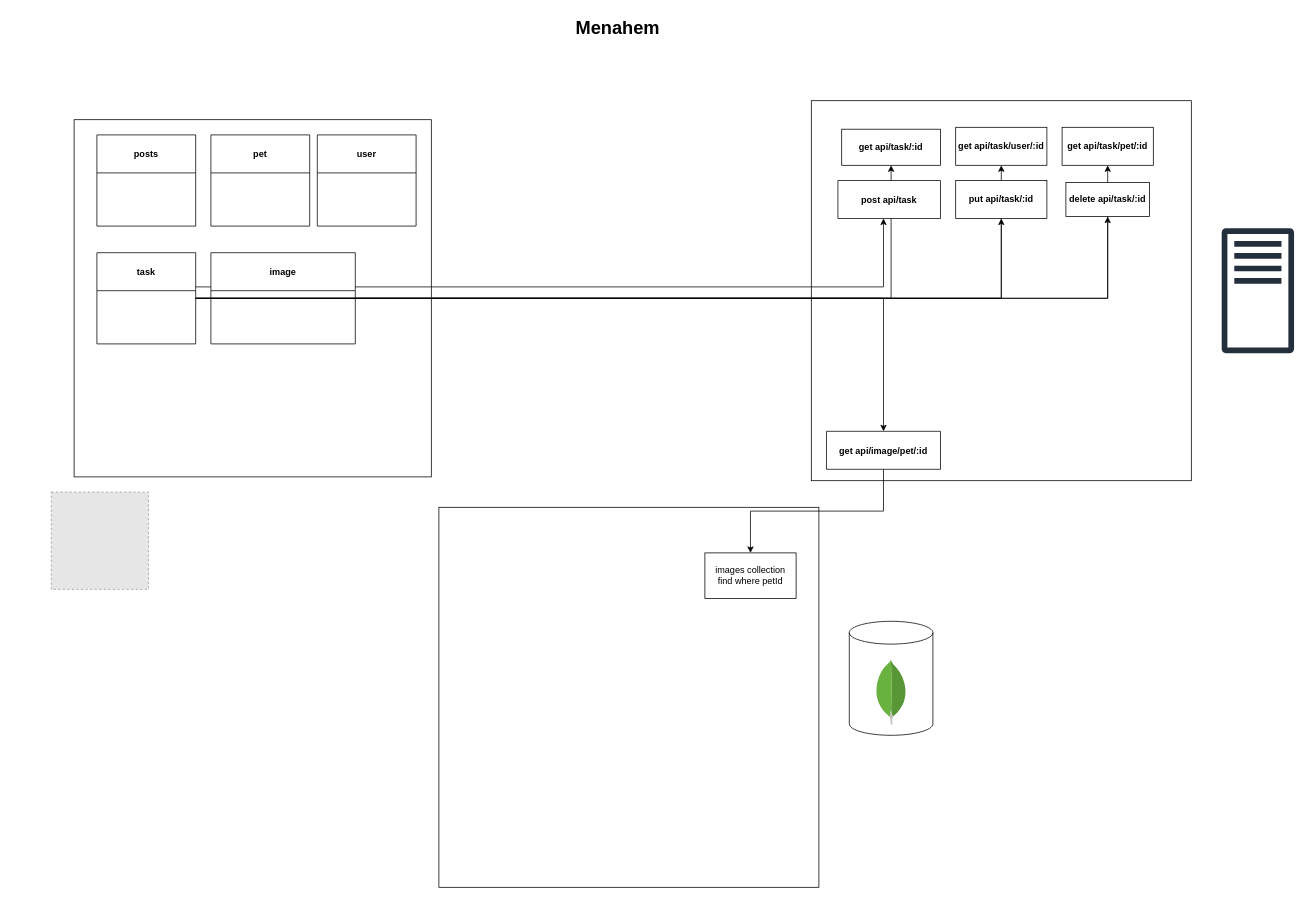
This is Architacture/Untitled Diagram.drawio from RotemZohar/menahem, a draw.io file, before an edit. Source tidied: cells renumbered, new cells numbered last; positions are measured from the earlier drawing's top-left corner, leaving out a move shared by most shapes. Both pictures are drawn from the tidied source at 76%, with x=0, y=0 at pixel (13, 13). Pictures stored in the file or linked from it are replaced by grey dashed boxes.
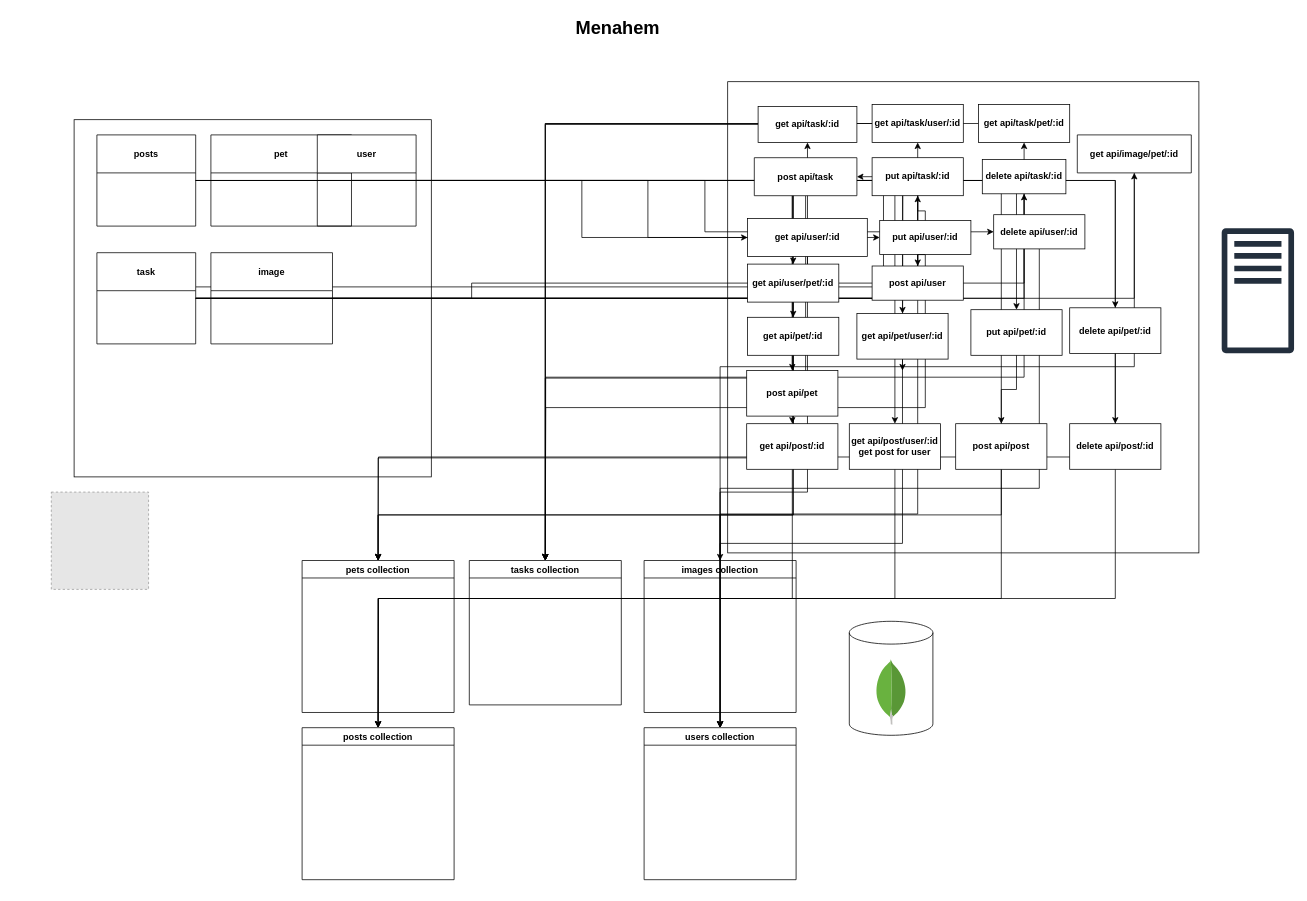
The same diagram, later.

Unchanged cells that the change refers to:
```xml
<mxCell id="11" value="posts" style="swimlane;startSize=50;fontSize=12;" parent="1" vertex="1">
  <mxGeometry x="110" y="160" width="130" height="120" as="geometry" />
</mxCell>
<mxCell id="13" value="user" style="swimlane;startSize=50;fontSize=12;" parent="1" vertex="1">
  <mxGeometry x="400" y="160" width="130" height="120" as="geometry" />
</mxCell>
<mxCell id="20" value="task" style="swimlane;startSize=50;fontSize=12;" parent="1" vertex="1">
  <mxGeometry x="110" y="315" width="130" height="120" as="geometry" />
</mxCell>
```

The edit, as a diff of the source:
```diff
@@
     <mxCell id="3" style="whiteSpace=wrap;html=1;" parent="1" vertex="1">
-      <mxGeometry x="1050" y="115" width="500" height="500" as="geometry" />
+      <mxGeometry x="940" y="90" width="620" height="620" as="geometry" />
     </mxCell>
-    <mxCell id="4" style="whiteSpace=wrap;html=1;" parent="1" vertex="1">
-      <mxGeometry x="560" y="650" width="500" height="500" as="geometry" />
-    </mxCell>
@@
+    <mxCell id="32" style="edgeStyle=orthogonalEdgeStyle;rounded=0;jettySize=auto;html=1;fontSize=12;" parent="1" edge="1" source="11" target="82">
+      <mxGeometry relative="1" as="geometry" />
+    </mxCell>
+    <mxCell id="33" style="edgeStyle=orthogonalEdgeStyle;rounded=0;jettySize=auto;html=1;fontSize=12;" parent="1" edge="1" source="11" target="84">
+      <mxGeometry relative="1" as="geometry" />
+    </mxCell>
+    <mxCell id="34" style="edgeStyle=orthogonalEdgeStyle;rounded=0;jettySize=auto;html=1;fontSize=12;" parent="1" edge="1" source="11" target="86">
+      <mxGeometry relative="1" as="geometry" />
+    </mxCell>
+    <mxCell id="35" style="edgeStyle=orthogonalEdgeStyle;rounded=0;jettySize=auto;html=1;fontSize=12;" parent="1" edge="1" source="11" target="89">
+      <mxGeometry relative="1" as="geometry" />
+    </mxCell>
@@
+    <mxCell id="36" style="edgeStyle=orthogonalEdgeStyle;rounded=0;jettySize=auto;html=1;fontSize=12;" parent="1" edge="1" source="12" target="71">
+      <mxGeometry relative="1" as="geometry" />
+    </mxCell>
+    <mxCell id="37" style="edgeStyle=orthogonalEdgeStyle;rounded=0;jettySize=auto;html=1;fontSize=12;" parent="1" edge="1" source="12" target="73">
+      <mxGeometry relative="1" as="geometry" />
+    </mxCell>
+    <mxCell id="38" style="edgeStyle=orthogonalEdgeStyle;rounded=0;jettySize=auto;html=1;fontSize=12;" parent="1" edge="1" source="12" target="75">
+      <mxGeometry relative="1" as="geometry" />
+    </mxCell>
+    <mxCell id="39" style="edgeStyle=orthogonalEdgeStyle;rounded=0;jettySize=auto;html=1;fontSize=12;" parent="1" edge="1" source="12" target="77">
+      <mxGeometry relative="1" as="geometry" />
+    </mxCell>
+    <mxCell id="40" style="edgeStyle=orthogonalEdgeStyle;rounded=0;jettySize=auto;html=1;fontSize=12;" parent="1" edge="1" source="12" target="80">
+      <mxGeometry relative="1" as="geometry" />
+    </mxCell>
+    <mxCell id="41" style="edgeStyle=orthogonalEdgeStyle;rounded=0;jettySize=auto;html=1;fontSize=12;" parent="1" edge="1" source="12">
+      <mxGeometry relative="1" as="geometry">
+        <mxPoint x="1170" y="470" as="targetPoint" />
+      </mxGeometry>
+    </mxCell>
     <mxCell id="12" value="pet" style="swimlane;startSize=50;fontSize=12;" parent="1" vertex="1">
-      <mxGeometry x="260" y="160" width="130" height="120" as="geometry" />
+      <mxGeometry x="260" y="160" width="185" height="120" as="geometry" />
     </mxCell>
+    <mxCell id="42" style="edgeStyle=orthogonalEdgeStyle;rounded=0;jettySize=auto;html=1;fontSize=12;" parent="1" edge="1" source="13" target="60">
+      <mxGeometry relative="1" as="geometry" />
+    </mxCell>
+    <mxCell id="43" style="edgeStyle=orthogonalEdgeStyle;rounded=0;jettySize=auto;html=1;fontSize=12;" parent="1" edge="1" source="13" target="62">
+      <mxGeometry relative="1" as="geometry" />
+    </mxCell>
+    <mxCell id="44" style="edgeStyle=orthogonalEdgeStyle;rounded=0;jettySize=auto;html=1;fontSize=12;" parent="1" edge="1" source="13" target="65">
+      <mxGeometry relative="1" as="geometry" />
+    </mxCell>
+    <mxCell id="45" style="edgeStyle=orthogonalEdgeStyle;rounded=0;jettySize=auto;html=1;fontSize=12;" parent="1" edge="1" source="13" target="68">
+      <mxGeometry relative="1" as="geometry" />
+    </mxCell>
+    <mxCell id="46" style="edgeStyle=orthogonalEdgeStyle;rounded=0;jettySize=auto;html=1;fontSize=12;" parent="1" edge="1" source="13" target="78">
+      <mxGeometry relative="1" as="geometry" />
+    </mxCell>
@@
-    <mxCell id="19" style="edgeStyle=orthogonalEdgeStyle;rounded=0;jettySize=auto;html=1;fontSize=12;" parent="1" edge="1" source="20" target="31">
+    <mxCell id="19" style="edgeStyle=orthogonalEdgeStyle;rounded=0;jettySize=auto;html=1;fontSize=12;startArrow=none;" parent="1" edge="1" source="68" target="31">
       <mxGeometry relative="1" as="geometry" />
     </mxCell>
@@
-    <mxCell id="22" value="image" style="swimlane;startSize=50;fontSize=12;" parent="1" vertex="1">
-      <mxGeometry x="260" y="315" width="190" height="120" as="geometry" />
-    </mxCell>
-    <mxCell id="23" style="edgeStyle=orthogonalEdgeStyle;rounded=0;jettySize=auto;html=1;exitX=0.5;exitY=1;exitDx=0;exitDy=0;fontSize=12;" parent="1" edge="1" source="24" target="25">
+    <mxCell id="23" style="edgeStyle=orthogonalEdgeStyle;rounded=0;jettySize=auto;html=1;exitX=0.5;exitY=1;exitDx=0;exitDy=0;fontSize=12;entryX=0.5;entryY=0;entryDx=0;entryDy=0;" parent="1" edge="1" source="24" target="55">
       <mxGeometry relative="1" as="geometry" />
     </mxCell>
     <mxCell id="24" value="get api/image/pet/:id" style="swimlane;startSize=50;fontSize=12;" parent="1" vertex="1" collapsed="1">
-      <mxGeometry x="1070" y="550" width="150" height="50" as="geometry" />
+      <mxGeometry x="1400" y="160" width="150" height="50" as="geometry" />
     </mxCell>
-    <mxCell id="25" value="images collection&lt;br&gt;find where petId" style="rounded=0;whiteSpace=wrap;html=1;fontSize=12;" parent="1" vertex="1">
-      <mxGeometry x="910" y="710" width="120" height="60" as="geometry" />
-    </mxCell>
+    <mxCell id="47" style="edgeStyle=orthogonalEdgeStyle;rounded=0;jettySize=auto;html=1;exitX=0.5;exitY=1;exitDx=0;exitDy=0;entryX=0.5;entryY=0;entryDx=0;entryDy=0;fontSize=12;" parent="1" edge="1" source="26" target="54">
+      <mxGeometry relative="1" as="geometry" />
+    </mxCell>
     <mxCell id="26" value="post api/task" style="swimlane;startSize=50;fontSize=12;" parent="1" vertex="1" collapsed="1">
-      <mxGeometry x="1085" y="220" width="135" height="50" as="geometry" />
+      <mxGeometry x="975" y="190" width="135" height="50" as="geometry" />
     </mxCell>
+    <mxCell id="48" style="edgeStyle=orthogonalEdgeStyle;rounded=0;jettySize=auto;html=1;fontSize=12;entryX=0.5;entryY=0;entryDx=0;entryDy=0;" parent="1" edge="1" source="27" target="54">
+      <mxGeometry relative="1" as="geometry" />
+    </mxCell>
+    <mxCell id="49" style="edgeStyle=orthogonalEdgeStyle;rounded=0;jettySize=auto;html=1;fontSize=12;entryX=0.5;entryY=0;entryDx=0;entryDy=0;" parent="1" edge="1" source="28" target="54">
+      <mxGeometry relative="1" as="geometry" />
+    </mxCell>
+    <mxCell id="28" value="get api/task/pet/:id" style="whiteSpace=wrap;html=1;fontStyle=1;startSize=50;" parent="1" vertex="1">
+      <mxGeometry x="1270" y="120" width="120" height="50" as="geometry" />
+    </mxCell>
+    <mxCell id="50" style="edgeStyle=orthogonalEdgeStyle;rounded=0;jettySize=auto;html=1;fontSize=12;entryX=0.5;entryY=0;entryDx=0;entryDy=0;" parent="1" edge="1" source="29" target="54">
+      <mxGeometry relative="1" as="geometry" />
+    </mxCell>
+    <mxCell id="29" value="&lt;span&gt;get api/task/:id&lt;/span&gt;" style="whiteSpace=wrap;html=1;fontStyle=1;startSize=50;" parent="1" vertex="1">
+      <mxGeometry x="980" y="122.5" width="130" height="47.5" as="geometry" />
+    </mxCell>
+    <mxCell id="51" style="edgeStyle=orthogonalEdgeStyle;rounded=0;jettySize=auto;html=1;exitX=0.5;exitY=1;exitDx=0;exitDy=0;fontSize=12;startArrow=none;" parent="1" edge="1" source="62">
+      <mxGeometry relative="1" as="geometry">
+        <mxPoint x="700" y="720" as="targetPoint" />
+      </mxGeometry>
+    </mxCell>
+    <mxCell id="30" value="put api/task/:id" style="whiteSpace=wrap;html=1;fontStyle=1;startSize=50;" parent="1" vertex="1">
+      <mxGeometry x="1130" y="190" width="120" height="50" as="geometry" />
+    </mxCell>
+    <mxCell id="52" style="edgeStyle=orthogonalEdgeStyle;rounded=0;jettySize=auto;html=1;exitX=0.5;exitY=1;exitDx=0;exitDy=0;fontSize=12;" parent="1" edge="1" source="31">
+      <mxGeometry relative="1" as="geometry">
+        <mxPoint x="700" y="720" as="targetPoint" />
+      </mxGeometry>
+    </mxCell>
+    <mxCell id="31" value="delete api/task/:id" style="whiteSpace=wrap;html=1;fontStyle=1;startSize=50;" parent="1" vertex="1">
+      <mxGeometry x="1275" y="192.5" width="110" height="45" as="geometry" />
+    </mxCell>
+    <mxCell id="22" value="image" style="swimlane;startSize=50;fontSize=12;" parent="1" vertex="1">
+      <mxGeometry x="260" y="315" width="160" height="120" as="geometry" />
+    </mxCell>
+    <mxCell id="53" style="group;" parent="1" vertex="1">
+      <mxGeometry x="600" y="720" width="200" height="190" as="geometry" />
+    </mxCell>
+    <mxCell id="54" value="tasks collection" style="swimlane;fontSize=12;" parent="53" vertex="1">
+      <mxGeometry width="200" height="190" as="geometry" />
+    </mxCell>
+    <mxCell id="55" value="images collection" style="swimlane;fontSize=12;" parent="1" vertex="1">
+      <mxGeometry x="830" y="720" width="200" height="200" as="geometry" />
+    </mxCell>
+    <mxCell id="56" value="users collection" style="swimlane;fontSize=12;" parent="1" vertex="1">
+      <mxGeometry x="830" y="940" width="200" height="200" as="geometry" />
+    </mxCell>
+    <mxCell id="57" value="posts collection" style="swimlane;fontSize=12;" parent="1" vertex="1">
+      <mxGeometry x="380" y="940" width="200" height="200" as="geometry" />
+    </mxCell>
+    <mxCell id="58" value="pets collection" style="swimlane;fontSize=12;" parent="1" vertex="1">
+      <mxGeometry x="380" y="720" width="200" height="200" as="geometry" />
+    </mxCell>
     <mxCell id="27" value="get api/task/user/:id" style="whiteSpace=wrap;html=1;fontStyle=1;startSize=50;" parent="1" vertex="1">
-      <mxGeometry x="1240" y="150" width="120" height="50" as="geometry" />
+      <mxGeometry x="1130" y="120" width="120" height="50" as="geometry" />
     </mxCell>
-    <mxCell id="28" value="get api/task/pet/:id" style="whiteSpace=wrap;html=1;fontStyle=1;startSize=50;" parent="1" vertex="1">
-      <mxGeometry x="1380" y="150" width="120" height="50" as="geometry" />
-    </mxCell>
-    <mxCell id="29" value="&lt;span&gt;get api/task/:id&lt;/span&gt;" style="whiteSpace=wrap;html=1;fontStyle=1;startSize=50;" parent="1" vertex="1">
-      <mxGeometry x="1090" y="152.5" width="130" height="47.5" as="geometry" />
-    </mxCell>
-    <mxCell id="30" value="put api/task/:id" style="whiteSpace=wrap;html=1;fontStyle=1;startSize=50;" parent="1" vertex="1">
-      <mxGeometry x="1240" y="220" width="120" height="50" as="geometry" />
-    </mxCell>
-    <mxCell id="31" value="delete api/task/:id" style="whiteSpace=wrap;html=1;fontStyle=1;startSize=50;" parent="1" vertex="1">
-      <mxGeometry x="1385" y="222.5" width="110" height="45" as="geometry" />
-    </mxCell>
+    <mxCell id="59" style="edgeStyle=orthogonalEdgeStyle;rounded=0;jettySize=auto;html=1;exitX=0.5;exitY=1;exitDx=0;exitDy=0;entryX=0.5;entryY=0;entryDx=0;entryDy=0;fontSize=12;" parent="1" edge="1" source="60" target="56">
+      <mxGeometry relative="1" as="geometry" />
+    </mxCell>
+    <mxCell id="60" value="get api/user/:id" style="whiteSpace=wrap;html=1;fontStyle=1;startSize=50;" parent="1" vertex="1">
+      <mxGeometry x="966.2" y="270" width="157.5" height="50" as="geometry" />
+    </mxCell>
+    <mxCell id="61" style="edgeStyle=orthogonalEdgeStyle;rounded=0;jettySize=auto;html=1;exitX=0.5;exitY=1;exitDx=0;exitDy=0;fontSize=12;entryX=0.5;entryY=0;entryDx=0;entryDy=0;startArrow=none;" parent="1" edge="1" source="78" target="56">
+      <mxGeometry relative="1" as="geometry" />
+    </mxCell>
+    <mxCell id="62" value="put api/user/:id" style="whiteSpace=wrap;html=1;fontStyle=1;startSize=50;" parent="1" vertex="1">
+      <mxGeometry x="1140" y="272.5" width="120" height="45" as="geometry" />
+    </mxCell>
+    <mxCell id="63" style="edgeStyle=orthogonalEdgeStyle;rounded=0;jettySize=auto;html=1;exitX=0.5;exitY=1;exitDx=0;exitDy=0;fontSize=12;endArrow=none;" parent="1" edge="1" source="30" target="62">
+      <mxGeometry relative="1" as="geometry" />
+    </mxCell>
+    <mxCell id="64" style="edgeStyle=orthogonalEdgeStyle;rounded=0;jettySize=auto;html=1;exitX=0.5;exitY=1;exitDx=0;exitDy=0;fontSize=12;entryX=0.5;entryY=0;entryDx=0;entryDy=0;" parent="1" edge="1" source="65" target="56">
+      <mxGeometry relative="1" as="geometry" />
+    </mxCell>
+    <mxCell id="65" value="delete api/user/:id" style="whiteSpace=wrap;html=1;fontStyle=1;startSize=50;" parent="1" vertex="1">
+      <mxGeometry x="1290" y="265" width="120" height="45" as="geometry" />
+    </mxCell>
+    <mxCell id="66" style="edgeStyle=orthogonalEdgeStyle;rounded=0;jettySize=auto;html=1;exitX=0.5;exitY=1;exitDx=0;exitDy=0;entryX=0.5;entryY=0;entryDx=0;entryDy=0;fontSize=12;" parent="1" edge="1" source="68" target="56">
+      <mxGeometry relative="1" as="geometry" />
+    </mxCell>
+    <mxCell id="67" style="edgeStyle=orthogonalEdgeStyle;rounded=0;jettySize=auto;html=1;exitX=0.5;exitY=1;exitDx=0;exitDy=0;entryX=0.5;entryY=0;entryDx=0;entryDy=0;fontSize=12;" parent="1" edge="1" source="68" target="58">
+      <mxGeometry relative="1" as="geometry">
+        <Array as="points">
+          <mxPoint x="1026" y="660" />
+          <mxPoint x="480" y="660" />
+        </Array>
+      </mxGeometry>
+    </mxCell>
+    <mxCell id="68" value="get api/user/pet/:id" style="whiteSpace=wrap;html=1;fontStyle=1;startSize=50;" parent="1" vertex="1">
+      <mxGeometry x="966.2" y="330" width="120" height="50" as="geometry" />
+    </mxCell>
+    <mxCell id="69" style="edgeStyle=orthogonalEdgeStyle;rounded=0;jettySize=auto;html=1;fontSize=12;endArrow=none;" parent="1" edge="1" source="20" target="68">
+      <mxGeometry relative="1" as="geometry" />
+    </mxCell>
+    <mxCell id="70" style="edgeStyle=orthogonalEdgeStyle;rounded=0;jettySize=auto;html=1;exitX=0.5;exitY=1;exitDx=0;exitDy=0;entryX=0.5;entryY=0;entryDx=0;entryDy=0;fontSize=12;" parent="1" edge="1" source="71" target="58">
+      <mxGeometry relative="1" as="geometry" />
+    </mxCell>
+    <mxCell id="71" value="get api/pet/:id" style="whiteSpace=wrap;html=1;fontStyle=1;startSize=50;" parent="1" vertex="1">
+      <mxGeometry x="966.2" y="400" width="120" height="50" as="geometry" />
+    </mxCell>
+    <mxCell id="72" style="edgeStyle=orthogonalEdgeStyle;rounded=0;jettySize=auto;html=1;exitX=0.5;exitY=1;exitDx=0;exitDy=0;entryX=0.5;entryY=0;entryDx=0;entryDy=0;fontSize=12;" parent="1" edge="1" source="73" target="56">
+      <mxGeometry relative="1" as="geometry" />
+    </mxCell>
+    <mxCell id="73" value="get api/pet/user/:id" style="whiteSpace=wrap;html=1;fontStyle=1;startSize=50;" parent="1" vertex="1">
+      <mxGeometry x="1110" y="395" width="120" height="60" as="geometry" />
+    </mxCell>
+    <mxCell id="74" style="edgeStyle=orthogonalEdgeStyle;rounded=0;jettySize=auto;html=1;exitX=0.5;exitY=1;exitDx=0;exitDy=0;entryX=0.5;entryY=0;entryDx=0;entryDy=0;fontSize=12;startArrow=none;" parent="1" edge="1" source="86" target="58">
+      <mxGeometry relative="1" as="geometry" />
+    </mxCell>
+    <mxCell id="75" value="put api/pet/:id" style="whiteSpace=wrap;html=1;fontStyle=1;startSize=50;" parent="1" vertex="1">
+      <mxGeometry x="1260" y="390" width="120" height="60" as="geometry" />
+    </mxCell>
+    <mxCell id="76" style="edgeStyle=orthogonalEdgeStyle;rounded=0;jettySize=auto;html=1;exitX=0.5;exitY=1;exitDx=0;exitDy=0;fontSize=12;" parent="1" edge="1" source="77">
+      <mxGeometry relative="1" as="geometry">
+        <mxPoint x="480" y="720" as="targetPoint" />
+      </mxGeometry>
+    </mxCell>
+    <mxCell id="77" value="delete api/pet/:id" style="whiteSpace=wrap;html=1;fontStyle=1;startSize=50;" parent="1" vertex="1">
+      <mxGeometry x="1390" y="387.5" width="120" height="60" as="geometry" />
+    </mxCell>
+    <mxCell id="78" value="post api/user" style="whiteSpace=wrap;html=1;fontStyle=1;startSize=50;" parent="1" vertex="1">
+      <mxGeometry x="1130" y="332.5" width="120" height="45" as="geometry" />
+    </mxCell>
+    <mxCell id="79" style="edgeStyle=orthogonalEdgeStyle;rounded=0;jettySize=auto;html=1;exitX=0.5;exitY=1;exitDx=0;exitDy=0;fontSize=12;entryX=0.5;entryY=0;entryDx=0;entryDy=0;endArrow=none;" parent="1" edge="1" source="62" target="78">
+      <mxGeometry relative="1" as="geometry" />
+    </mxCell>
+    <mxCell id="80" value="post api/pet" style="whiteSpace=wrap;html=1;fontStyle=1;startSize=50;" parent="1" vertex="1">
+      <mxGeometry x="965" y="470" width="120" height="60" as="geometry" />
+    </mxCell>
+    <mxCell id="81" style="edgeStyle=orthogonalEdgeStyle;rounded=0;jettySize=auto;html=1;exitX=0.5;exitY=1;exitDx=0;exitDy=0;fontSize=12;" parent="1" edge="1" source="82" target="57">
+      <mxGeometry relative="1" as="geometry" />
+    </mxCell>
+    <mxCell id="82" value="get api/post/:id" style="whiteSpace=wrap;html=1;fontStyle=1;startSize=50;" parent="1" vertex="1">
+      <mxGeometry x="965" y="540" width="120" height="60" as="geometry" />
+    </mxCell>
+    <mxCell id="83" style="edgeStyle=orthogonalEdgeStyle;rounded=0;jettySize=auto;html=1;exitX=0.5;exitY=1;exitDx=0;exitDy=0;entryX=0.5;entryY=0;entryDx=0;entryDy=0;fontSize=12;" parent="1" edge="1" source="84" target="57">
+      <mxGeometry relative="1" as="geometry" />
+    </mxCell>
+    <mxCell id="84" value="get api/post/user/:id&lt;br&gt;get post for user" style="whiteSpace=wrap;html=1;fontStyle=1;startSize=50;" parent="1" vertex="1">
+      <mxGeometry x="1100" y="540" width="120" height="60" as="geometry" />
+    </mxCell>
+    <mxCell id="85" style="edgeStyle=orthogonalEdgeStyle;rounded=0;jettySize=auto;html=1;exitX=0.5;exitY=1;exitDx=0;exitDy=0;fontSize=12;" parent="1" edge="1" source="86">
+      <mxGeometry relative="1" as="geometry">
+        <mxPoint x="480" y="940" as="targetPoint" />
+      </mxGeometry>
+    </mxCell>
+    <mxCell id="86" value="post api/post" style="whiteSpace=wrap;html=1;fontStyle=1;startSize=50;" parent="1" vertex="1">
+      <mxGeometry x="1240" y="540" width="120" height="60" as="geometry" />
+    </mxCell>
+    <mxCell id="87" style="edgeStyle=orthogonalEdgeStyle;rounded=0;jettySize=auto;html=1;exitX=0.5;exitY=1;exitDx=0;exitDy=0;entryX=0.5;entryY=0;entryDx=0;entryDy=0;fontSize=12;endArrow=none;" parent="1" edge="1" source="75" target="86">
+      <mxGeometry relative="1" as="geometry" />
+    </mxCell>
+    <mxCell id="88" style="edgeStyle=orthogonalEdgeStyle;rounded=0;jettySize=auto;html=1;exitX=0.5;exitY=1;exitDx=0;exitDy=0;fontSize=12;" parent="1" edge="1" source="89">
+      <mxGeometry relative="1" as="geometry">
+        <mxPoint x="480" y="940" as="targetPoint" />
+      </mxGeometry>
+    </mxCell>
+    <mxCell id="89" value="delete api/post/:id" style="whiteSpace=wrap;html=1;fontStyle=1;startSize=50;" parent="1" vertex="1">
+      <mxGeometry x="1390" y="540" width="120" height="60" as="geometry" />
+    </mxCell>
```
